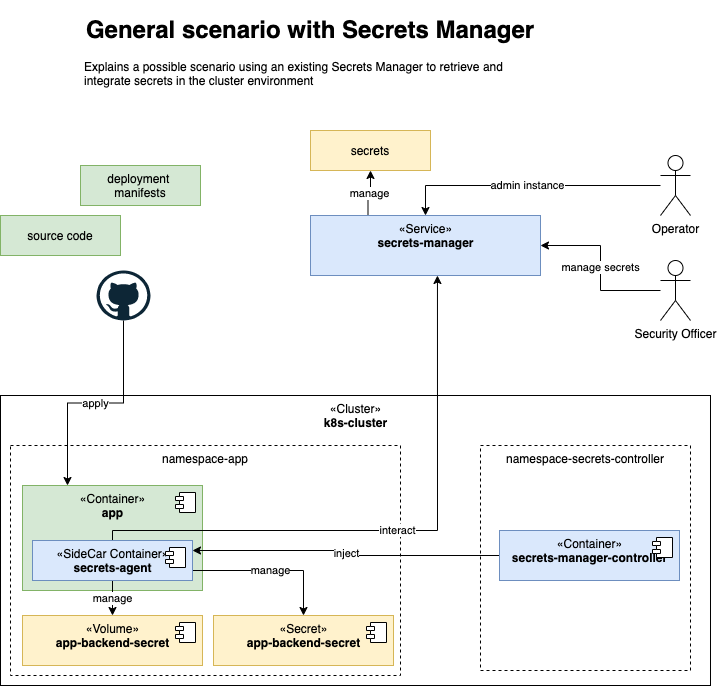
Above: static/usual-secure-scenario.png in ocp-universe/kubernetes-secrets-101 (draw.io), before the change. Source tidied: cells renumbered, new cells last; positions are measured from the earlier drawing's top-left corner, leaving out a move shared by most shapes.
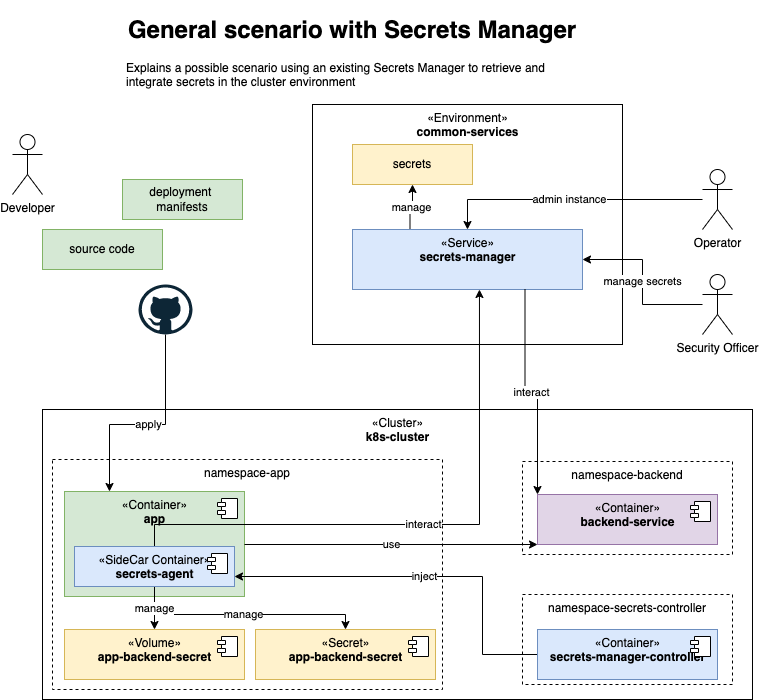
The same file after the commit.

The edit, as a diff of the source:
```diff
@@ -2,27 +2,31 @@
   <root>
     <mxCell id="0" />
     <mxCell id="1" parent="0" />
+    <mxCell id="31" value="«Environment»&lt;br&gt;&lt;b&gt;common-services&lt;/b&gt;" style="html=1;verticalAlign=top;align=center;" parent="1" vertex="1">
+      <mxGeometry x="270" y="80" width="310" height="240" as="geometry" />
+    </mxCell>
     <mxCell id="2" value="«Cluster»&lt;br&gt;&lt;b&gt;k8s-cluster&lt;/b&gt;" style="html=1;verticalAlign=top;align=center;" parent="1" vertex="1">
       <mxGeometry y="385" width="710" height="290" as="geometry" />
     </mxCell>
     <mxCell id="3" value="namespace-secrets-controller" style="rounded=0;whiteSpace=wrap;html=1;verticalAlign=top;dashed=1;" parent="1" vertex="1">
-      <mxGeometry x="480" y="435" width="210" height="225" as="geometry" />
+      <mxGeometry x="480" y="570" width="210" height="90" as="geometry" />
     </mxCell>
     <mxCell id="4" value="namespace-app" style="rounded=0;whiteSpace=wrap;html=1;verticalAlign=top;dashed=1;" parent="1" vertex="1">
       <mxGeometry x="10" y="435" width="390" height="230" as="geometry" />
     </mxCell>
     <mxCell id="5" value="«Container»&lt;br&gt;&lt;b&gt;app&lt;/b&gt;" style="html=1;align=center;verticalAlign=top;fillColor=#d5e8d4;strokeColor=#82b366;" parent="1" vertex="1">
-      <mxGeometry x="22" y="475" width="180" height="105" as="geometry" />
+      <mxGeometry x="22" y="467" width="180" height="105" as="geometry" />
     </mxCell>
     <mxCell id="6" style="shape=module;jettyWidth=8;jettyHeight=4;" parent="5" vertex="1">
       <mxGeometry x="1" width="20" height="20" relative="1" as="geometry">
         <mxPoint x="-27" y="7" as="offset" />
       </mxGeometry>
     </mxCell>
-    <mxCell id="7" value="manage" style="edgeStyle=orthogonalEdgeStyle;rounded=0;jettySize=auto;html=1;entryX=0.5;entryY=0;entryDx=0;entryDy=0;exitX=1;exitY=0.75;exitDx=0;exitDy=0;" parent="1" edge="1" source="27" target="9">
+    <mxCell id="7" value="manage" style="edgeStyle=orthogonalEdgeStyle;rounded=0;jettySize=auto;html=1;entryX=0.5;entryY=0;entryDx=0;entryDy=0;exitX=0.5;exitY=1;exitDx=0;exitDy=0;" parent="1" edge="1" source="27" target="9">
       <mxGeometry relative="1" as="geometry">
         <Array as="points">
-          <mxPoint x="303" y="560" />
+          <mxPoint x="112" y="590" />
+          <mxPoint x="303" y="590" />
         </Array>
       </mxGeometry>
     </mxCell>
@@ -38,13 +42,18 @@
       </mxGeometry>
     </mxCell>
     <mxCell id="11" value="&lt;h1&gt;General scenario with Secrets Manager&lt;/h1&gt;&lt;p style=&quot;text-align: left&quot;&gt;Explains a possible scenario using an existing Secrets Manager to retrieve and integrate secrets in the cluster environment&lt;/p&gt;" style="text;html=1;strokeColor=none;fillColor=none;spacing=5;spacingTop=-20;whiteSpace=wrap;overflow=hidden;rounded=0;align=center;verticalAlign=top;" parent="1" vertex="1">
-      <mxGeometry x="80" width="460" height="90" as="geometry" />
+      <mxGeometry x="80" y="-14" width="460" height="90" as="geometry" />
     </mxCell>
-    <mxCell id="12" value="inject" style="edgeStyle=orthogonalEdgeStyle;rounded=0;html=1;entryX=1;entryY=0.25;entryDx=0;entryDy=0;" parent="1" edge="1" source="13" target="27">
-      <mxGeometry relative="1" as="geometry" />
+    <mxCell id="12" value="inject" style="edgeStyle=orthogonalEdgeStyle;rounded=0;html=1;entryX=1;entryY=0.75;entryDx=0;entryDy=0;exitX=0;exitY=0.5;exitDx=0;exitDy=0;" parent="1" edge="1" source="13" target="27">
+      <mxGeometry relative="1" as="geometry">
+        <Array as="points">
+          <mxPoint x="440" y="630" />
+          <mxPoint x="440" y="552" />
+        </Array>
+      </mxGeometry>
     </mxCell>
     <mxCell id="13" value="«Container»&lt;br&gt;&lt;b&gt;secrets-manager-controller&lt;/b&gt;" style="html=1;align=center;verticalAlign=top;fillColor=#dae8fc;strokeColor=#6c8ebf;" parent="1" vertex="1">
-      <mxGeometry x="499" y="520" width="180" height="50" as="geometry" />
+      <mxGeometry x="495" y="605" width="180" height="50" as="geometry" />
     </mxCell>
     <mxCell id="14" style="shape=module;jettyWidth=8;jettyHeight=4;" parent="13" vertex="1">
       <mxGeometry x="1" width="20" height="20" relative="1" as="geometry">
@@ -52,7 +61,12 @@
       </mxGeometry>
     </mxCell>
     <mxCell id="15" value="apply" style="edgeStyle=orthogonalEdgeStyle;rounded=0;html=1;entryX=0.25;entryY=0;entryDx=0;entryDy=0;startArrow=none;startFill=0;endArrow=classic;endFill=1;" parent="1" edge="1" source="16" target="5">
-      <mxGeometry relative="1" as="geometry" />
+      <mxGeometry relative="1" as="geometry">
+        <Array as="points">
+          <mxPoint x="123" y="400" />
+          <mxPoint x="67" y="400" />
+        </Array>
+      </mxGeometry>
     </mxCell>
     <mxCell id="16" style="dashed=0;outlineConnect=0;html=1;align=center;labelPosition=center;verticalLabelPosition=bottom;verticalAlign=top;shape=mxgraph.weblogos.github;" parent="1" vertex="1">
       <mxGeometry x="96" y="260" width="54" height="50" as="geometry" />
@@ -87,13 +101,13 @@
     <mxCell id="26" value="interact" style="edgeStyle=orthogonalEdgeStyle;rounded=0;html=1;entryX=0.552;entryY=1;entryDx=0;entryDy=0;entryPerimeter=0;exitX=0.5;exitY=0;exitDx=0;exitDy=0;" parent="1" edge="1" source="27" target="21">
       <mxGeometry relative="1" as="geometry">
         <Array as="points">
-          <mxPoint x="112" y="520" />
-          <mxPoint x="437" y="520" />
+          <mxPoint x="112" y="500" />
+          <mxPoint x="437" y="500" />
         </Array>
       </mxGeometry>
     </mxCell>
     <mxCell id="27" value="«SideCar Container»&lt;br&gt;&lt;b&gt;secrets-agent&lt;/b&gt;" style="html=1;align=center;verticalAlign=top;fillColor=#dae8fc;strokeColor=#6c8ebf;" parent="1" vertex="1">
-      <mxGeometry x="32" y="530" width="160" height="40" as="geometry" />
+      <mxGeometry x="32" y="522" width="160" height="40" as="geometry" />
     </mxCell>
     <mxCell id="28" style="shape=module;jettyWidth=8;jettyHeight=4;" parent="27" vertex="1">
       <mxGeometry x="1" width="20" height="20" relative="1" as="geometry">
@@ -108,5 +122,30 @@
         <mxPoint x="-27" y="7" as="offset" />
       </mxGeometry>
     </mxCell>
+    <mxCell id="32" value="Developer" style="shape=umlActor;verticalLabelPosition=bottom;verticalAlign=top;html=1;" parent="1" vertex="1">
+      <mxGeometry x="-30" y="110" width="30" height="60" as="geometry" />
+    </mxCell>
+    <mxCell id="33" value="namespace-backend" style="rounded=0;whiteSpace=wrap;html=1;verticalAlign=top;dashed=1;" parent="1" vertex="1">
+      <mxGeometry x="480" y="437" width="210" height="93" as="geometry" />
+    </mxCell>
+    <mxCell id="34" value="«Container»&lt;br&gt;&lt;b&gt;backend-service&lt;/b&gt;" style="html=1;align=center;verticalAlign=top;fillColor=#e1d5e7;strokeColor=#9673a6;" parent="1" vertex="1">
+      <mxGeometry x="495" y="470" width="180" height="50" as="geometry" />
+    </mxCell>
+    <mxCell id="35" style="shape=module;jettyWidth=8;jettyHeight=4;" parent="34" vertex="1">
+      <mxGeometry x="1" width="20" height="20" relative="1" as="geometry">
+        <mxPoint x="-27" y="7" as="offset" />
+      </mxGeometry>
+    </mxCell>
+    <mxCell id="36" value="interact" style="edgeStyle=orthogonalEdgeStyle;html=1;entryX=0;entryY=0;entryDx=0;entryDy=0;rounded=0;exitX=0.75;exitY=1;exitDx=0;exitDy=0;" parent="1" edge="1" source="21" target="34">
+      <mxGeometry relative="1" as="geometry" />
+    </mxCell>
+    <mxCell id="37" value="use" style="edgeStyle=orthogonalEdgeStyle;rounded=0;html=1;exitX=1;exitY=0.5;exitDx=0;exitDy=0;" parent="1" edge="1" source="5">
+      <mxGeometry relative="1" as="geometry">
+        <mxPoint x="495" y="520" as="targetPoint" />
+        <Array as="points">
+          <mxPoint x="495" y="520" />
+        </Array>
+      </mxGeometry>
+    </mxCell>
   </root>
 </mxGraphModel>
```
